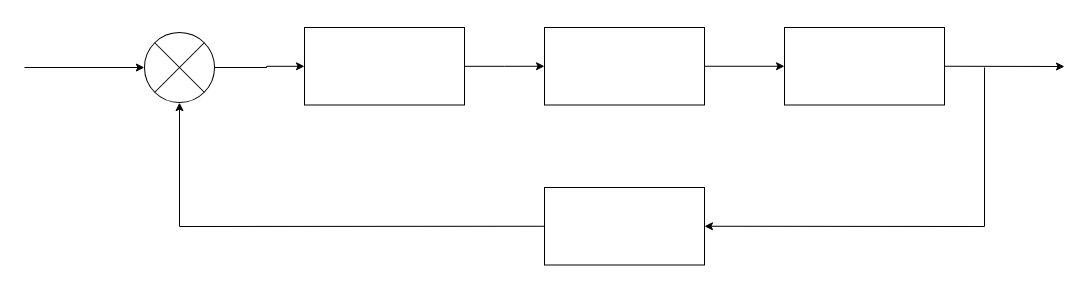
Earlier version of the draw.io diagram Water flow Control System.drawio (dbarif/Diagrams.netd_b). Source tidied: cells renumbered, new cells numbered last; positions are measured from the earlier drawing's top-left corner, leaving out a move shared by most shapes. Both pictures are drawn from the tidied source at 100%, with x=0, y=0 at pixel (24, 27).
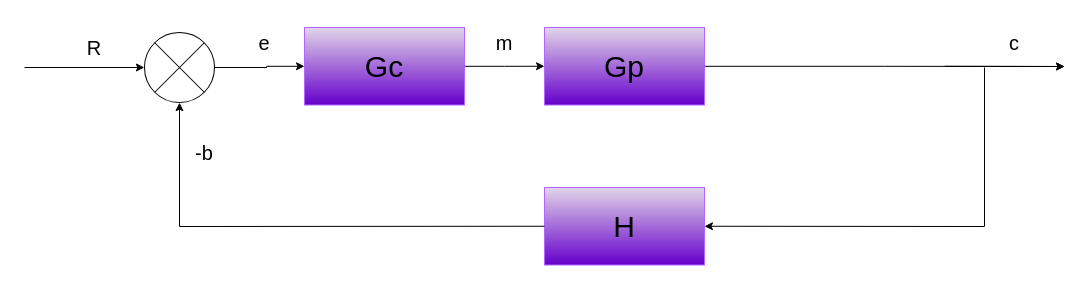
The same diagram, later.

Diff of the diagram source:
```diff
@@
-    <mxCell id="5" style="rounded=0;whiteSpace=wrap;html=1;" parent="1" vertex="1">
+    <mxCell id="5" value="&lt;font style=&quot;font-size: 30px;&quot;&gt;Gc&lt;/font&gt;" style="rounded=0;whiteSpace=wrap;html=1;fillColor=#e1d5e7;strokeColor=#B266FF;gradientColor=#6600CC;" parent="1" vertex="1">
       <mxGeometry x="280" width="160" height="77.5" as="geometry" />
     </mxCell>
-    <mxCell id="6" style="edgeStyle=orthogonalEdgeStyle;rounded=0;jettySize=auto;html=1;" parent="1" edge="1" source="7" target="8">
-      <mxGeometry relative="1" as="geometry" />
+    <mxCell id="6" style="edgeStyle=orthogonalEdgeStyle;rounded=0;jettySize=auto;html=1;" parent="1" edge="1" source="7">
+      <mxGeometry relative="1" as="geometry">
+        <mxPoint x="1040" y="39" as="targetPoint" />
+      </mxGeometry>
     </mxCell>
-    <mxCell id="7" style="rounded=0;whiteSpace=wrap;html=1;" parent="1" vertex="1">
+    <mxCell id="7" value="&lt;font style=&quot;font-size: 30px;&quot;&gt;Gp&lt;/font&gt;" style="rounded=0;whiteSpace=wrap;html=1;strokeColor=#B266FF;align=center;verticalAlign=middle;fontFamily=Helvetica;fontSize=12;fontColor=default;fillColor=#e1d5e7;gradientColor=#6600CC;" parent="1" vertex="1">
       <mxGeometry x="520" width="160" height="77.5" as="geometry" />
     </mxCell>
-    <mxCell id="8" style="rounded=0;whiteSpace=wrap;html=1;" parent="1" vertex="1">
-      <mxGeometry x="760" width="160" height="77.5" as="geometry" />
-    </mxCell>
-    <mxCell id="9" style="rounded=0;whiteSpace=wrap;html=1;" parent="1" vertex="1">
+    <mxCell id="9" value="&lt;font style=&quot;font-size: 30px;&quot;&gt;H&lt;/font&gt;" style="rounded=0;whiteSpace=wrap;html=1;strokeColor=#B266FF;align=center;verticalAlign=middle;fontFamily=Helvetica;fontSize=12;fontColor=default;fillColor=#e1d5e7;gradientColor=#6600CC;" parent="1" vertex="1">
       <mxGeometry x="520" y="160" width="160" height="77.5" as="geometry" />
     </mxCell>
@@
-    <mxCell id="11" style="endArrow=classic;html=1;rounded=0;exitX=1;exitY=0.5;exitDx=0;exitDy=0;" parent="1" edge="1" source="8">
+    <mxCell id="11" style="endArrow=classic;html=1;rounded=0;exitX=1;exitY=0.5;exitDx=0;exitDy=0;" parent="1" edge="1">
       <mxGeometry relative="1" as="geometry">
+        <mxPoint x="920" y="38.8" as="sourcePoint" />
         <mxPoint x="1040" y="39" as="targetPoint" />
       </mxGeometry>
     </mxCell>
@@
+    <mxCell id="14" value="&lt;font style=&quot;font-size: 20px;&quot;&gt;R&lt;/font&gt;" style="text;html=1;align=center;verticalAlign=middle;whiteSpace=wrap;rounded=0;" parent="1" vertex="1">
+      <mxGeometry x="40" y="5" width="60" height="30" as="geometry" />
+    </mxCell>
+    <mxCell id="15" value="&lt;span style=&quot;font-size: 20px;&quot;&gt;-b&lt;/span&gt;" style="text;html=1;align=center;verticalAlign=middle;whiteSpace=wrap;rounded=0;" parent="1" vertex="1">
+      <mxGeometry x="150" y="110" width="60" height="30" as="geometry" />
+    </mxCell>
+    <mxCell id="16" value="&lt;span style=&quot;font-size: 20px;&quot;&gt;e&lt;/span&gt;" style="text;html=1;align=center;verticalAlign=middle;whiteSpace=wrap;rounded=0;" parent="1" vertex="1">
+      <mxGeometry x="210" width="60" height="30" as="geometry" />
+    </mxCell>
+    <mxCell id="17" value="&lt;span style=&quot;font-size: 20px;&quot;&gt;m&lt;/span&gt;" style="text;html=1;align=center;verticalAlign=middle;whiteSpace=wrap;rounded=0;" parent="1" vertex="1">
+      <mxGeometry x="450" width="60" height="30" as="geometry" />
+    </mxCell>
+    <mxCell id="18" value="&lt;span style=&quot;font-size: 20px;&quot;&gt;c&lt;/span&gt;" style="text;html=1;align=center;verticalAlign=middle;whiteSpace=wrap;rounded=0;" parent="1" vertex="1">
+      <mxGeometry x="960" width="60" height="30" as="geometry" />
+    </mxCell>
```
